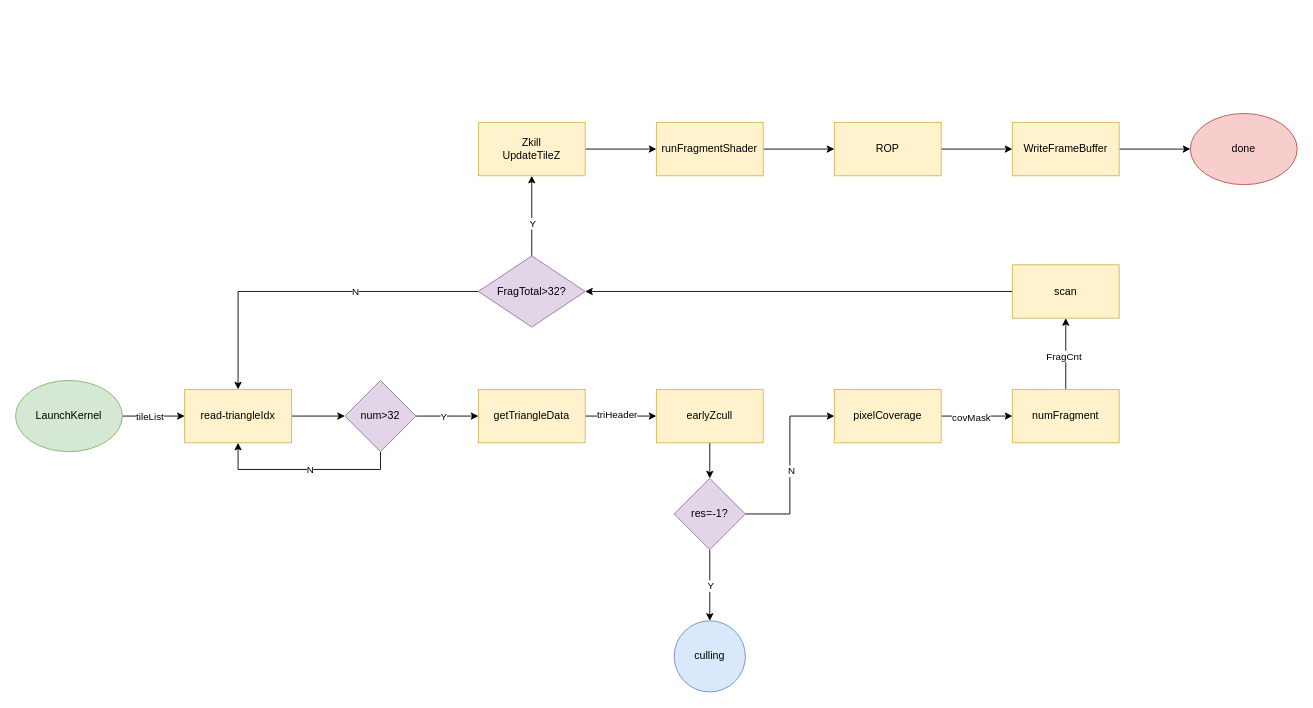
Before: fine_raster.drawio in spaceboy202105/img, a draw.io diagram. Source tidied: cells renumbered, new cells numbered last; positions are measured from the earlier drawing's top-left corner, leaving out a move shared by most shapes. Both pictures are drawn from the tidied source at 89%, with x=0, y=0 at pixel (15, 113).
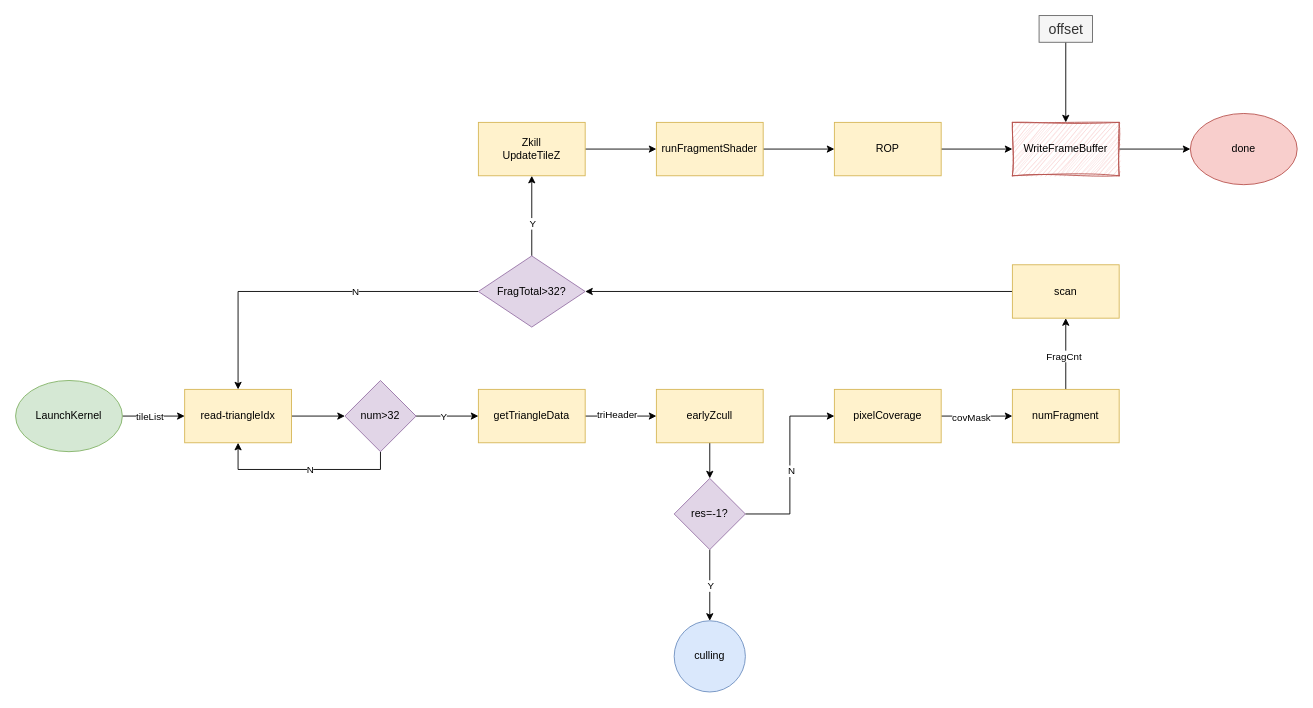
The same page after the edit.

Change to the diagram source:
```diff
@@
-    <mxCell id="40" value="WriteFrameBuffer" style="whiteSpace=wrap;html=1;rounded=0;fillColor=#fff2cc;strokeColor=#d6b656;" parent="1" vertex="1">
+    <mxCell id="40" value="WriteFrameBuffer" style="whiteSpace=wrap;html=1;rounded=0;fillColor=#f8cecc;strokeColor=#b85450;sketch=1;curveFitting=1;jiggle=2;" parent="1" vertex="1">
       <mxGeometry x="1120" y="10" width="120" height="60" as="geometry" />
     </mxCell>
@@
+    <mxCell id="45" style="edgeStyle=orthogonalEdgeStyle;rounded=0;jettySize=auto;html=1;" parent="1" edge="1" source="46" target="40">
+      <mxGeometry relative="1" as="geometry" />
+    </mxCell>
+    <mxCell id="46" value="offset" style="text;html=1;align=center;verticalAlign=middle;points=[];strokeColor=#666666;fillColor=#f5f5f5;fontSize=16;fontColor=#333333;" parent="1" vertex="1">
+      <mxGeometry x="1150" y="-110" width="60" height="30" as="geometry" />
+    </mxCell>
```
